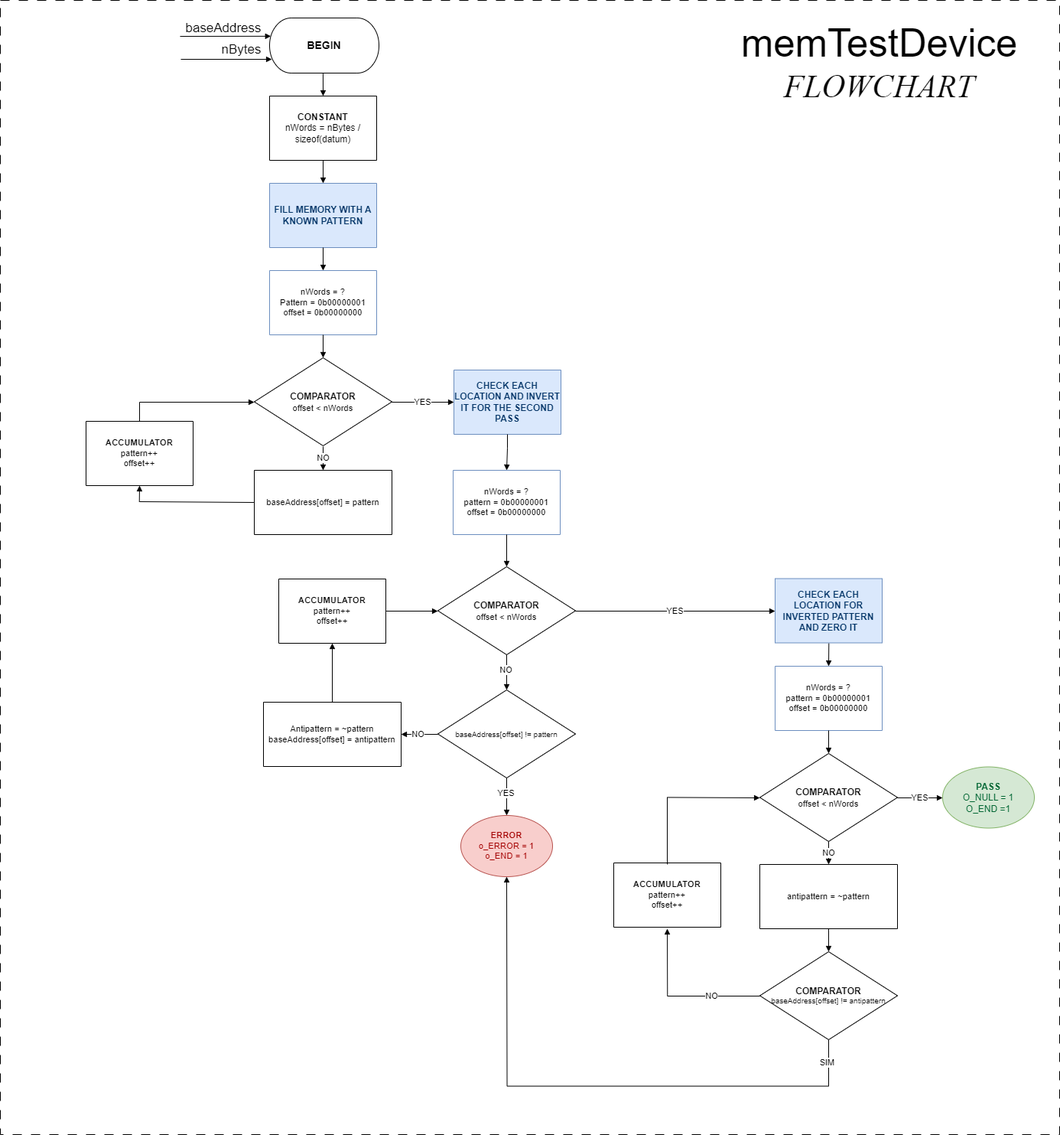
Above: doc/memTestDevice/memTestDevice_flowchart.drawio.png in rebeccaquintino/walker (draw.io), before the change. Source tidied: cells renumbered, new cells last; positions are measured from the earlier drawing's top-left corner, leaving out a move shared by most shapes.
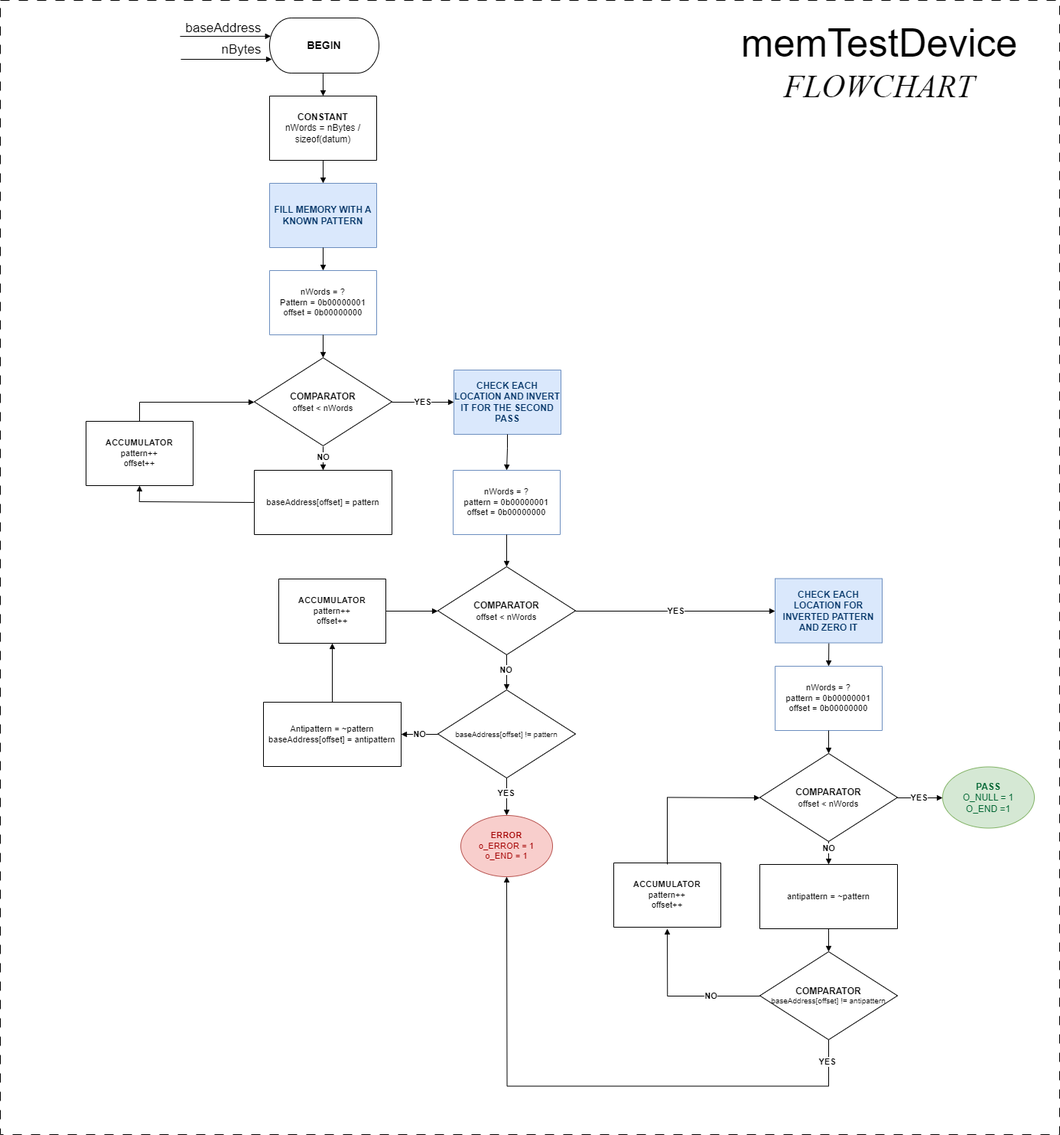
After the commit.

Commit message:
doc:memTestDevice updated memTestDevice flowchart

What changed in the source:
```diff
@@ -70,7 +70,7 @@
     <mxCell id="23" value="&lt;div style=&quot;font-size: 1px&quot;&gt;&lt;font face=&quot;Helvetica&quot; style=&quot;font-size: 50.8px; color: rgb(0, 0, 0); direction: ltr; letter-spacing: 0px; line-height: 120%; opacity: 1;&quot;&gt;memTestDevice&lt;br&gt;&lt;/font&gt;&lt;font face=&quot;fYjTPp8Tq02Cky77-sy-&quot; style=&quot;font-size: 42.33px; color: rgb(0, 0, 0); direction: ltr; letter-spacing: 0px; line-height: 120%; opacity: 1;&quot;&gt;&lt;i&gt;FLOWCHART&lt;br&gt;&lt;/i&gt;&lt;/font&gt;&lt;/div&gt;" style="verticalAlign=middle;align=center;overflow=width;vsdxID=60;fillColor=none;gradientColor=none;shape=(stored shape, 160 characters);strokeColor=none;labelBackgroundColor=none;rounded=0;html=1;whiteSpace=wrap;" parent="1" vertex="1">
       <mxGeometry x="942" y="19" width="415" height="126" as="geometry" />
     </mxCell>
-    <mxCell id="24" value="&lt;div&gt;SIM&lt;/div&gt;" style="vsdxID=30;edgeStyle=none;startArrow=none;endArrow=block;startSize=5;endSize=5;strokeColor=#000000;spacingTop=0;spacingBottom=0;spacingLeft=0;spacingRight=0;verticalAlign=middle;html=1;labelBackgroundColor=#ffffff;rounded=0;align=center;exitX=0.5;exitY=1;exitDx=0;exitDy=0;exitPerimeter=0;entryX=0.5;entryY=1;entryDx=0;entryDy=0;fontFamily=Helvetica;" parent="1" edge="1" source="16" target="49">
+    <mxCell id="24" value="&lt;b&gt;YES&lt;/b&gt;" style="vsdxID=30;edgeStyle=none;startArrow=none;endArrow=block;startSize=5;endSize=5;strokeColor=#000000;spacingTop=0;spacingBottom=0;spacingLeft=0;spacingRight=0;verticalAlign=middle;html=1;labelBackgroundColor=#ffffff;rounded=0;align=center;exitX=0.5;exitY=1;exitDx=0;exitDy=0;exitPerimeter=0;entryX=0.5;entryY=1;entryDx=0;entryDy=0;fontFamily=Helvetica;" parent="1" edge="1" source="16" target="49">
       <mxGeometry x="-0.93" y="-2" relative="1" as="geometry">
         <Array as="points">
           <mxPoint x="1083" y="1418.6" />
@@ -81,13 +81,13 @@
     <mxCell id="25" style="vsdxID=22;edgeStyle=none;startArrow=none;endArrow=block;startSize=5;endSize=5;strokeColor=#000000;spacingTop=0;spacingBottom=0;spacingLeft=0;spacingRight=0;verticalAlign=middle;html=1;labelBackgroundColor=#ffffff;rounded=0;align=center;exitX=0.5;exitY=0;exitDx=0;exitDy=0;exitPerimeter=0;entryX=0.5;entryY=1;entryDx=0;entryDy=0;entryPerimeter=0;fontFamily=Helvetica;" parent="1" edge="1" source="11" target="12">
       <mxGeometry x="0.06" y="3" relative="1" as="geometry" />
     </mxCell>
-    <mxCell id="26" value="&lt;div&gt;YES&lt;/div&gt;" style="vsdxID=20;edgeStyle=none;startArrow=none;endArrow=block;startSize=5;endSize=5;strokeColor=#000000;spacingTop=0;spacingBottom=0;spacingLeft=0;spacingRight=0;verticalAlign=middle;html=1;labelBackgroundColor=#ffffff;rounded=0;align=center;exitX=0.5;exitY=1;exitDx=0;exitDy=0;exitPerimeter=0;entryX=0.5;entryY=0;entryDx=0;entryDy=0;fontFamily=Helvetica;" parent="1" edge="1" source="10" target="49">
+    <mxCell id="26" value="&lt;div&gt;&lt;b&gt;YES&lt;/b&gt;&lt;/div&gt;" style="vsdxID=20;edgeStyle=none;startArrow=none;endArrow=block;startSize=5;endSize=5;strokeColor=#000000;spacingTop=0;spacingBottom=0;spacingLeft=0;spacingRight=0;verticalAlign=middle;html=1;labelBackgroundColor=#ffffff;rounded=0;align=center;exitX=0.5;exitY=1;exitDx=0;exitDy=0;exitPerimeter=0;entryX=0.5;entryY=0;entryDx=0;entryDy=0;fontFamily=Helvetica;" parent="1" edge="1" source="10" target="49">
       <mxGeometry x="-0.15" y="-1" relative="1" as="geometry" />
     </mxCell>
-    <mxCell id="27" value="NO" style="vsdxID=16;edgeStyle=none;startArrow=none;endArrow=block;startSize=5;endSize=5;strokeColor=#000000;spacingTop=0;spacingBottom=0;spacingLeft=0;spacingRight=0;verticalAlign=middle;html=1;labelBackgroundColor=#ffffff;rounded=0;align=center;exitX=0.5;exitY=1;exitDx=0;exitDy=0;exitPerimeter=0;entryX=0.5;entryY=0;entryDx=0;entryDy=0;entryPerimeter=0;fontFamily=Helvetica;" parent="1" edge="1" source="9" target="10">
+    <mxCell id="27" value="&lt;b&gt;NO&lt;/b&gt;" style="vsdxID=16;edgeStyle=none;startArrow=none;endArrow=block;startSize=5;endSize=5;strokeColor=#000000;spacingTop=0;spacingBottom=0;spacingLeft=0;spacingRight=0;verticalAlign=middle;html=1;labelBackgroundColor=#ffffff;rounded=0;align=center;exitX=0.5;exitY=1;exitDx=0;exitDy=0;exitPerimeter=0;entryX=0.5;entryY=0;entryDx=0;entryDy=0;entryPerimeter=0;fontFamily=Helvetica;" parent="1" edge="1" source="9" target="10">
       <mxGeometry x="-0.09" y="-1" relative="1" as="geometry" />
     </mxCell>
-    <mxCell id="28" value="NO" style="vsdxID=32;edgeStyle=none;startArrow=none;endArrow=block;startSize=5;endSize=5;strokeColor=#000000;spacingTop=0;spacingBottom=0;spacingLeft=0;spacingRight=0;verticalAlign=middle;html=1;labelBackgroundColor=#ffffff;rounded=0;align=center;exitX=0;exitY=0.5043478260869565;exitDx=0;exitDy=0;exitPerimeter=0;entryX=0.5;entryY=1;entryDx=0;entryDy=0;entryPerimeter=0;fontFamily=Helvetica;" parent="1" edge="1" source="16">
+    <mxCell id="28" value="&lt;b&gt;NO&lt;/b&gt;" style="vsdxID=32;edgeStyle=none;startArrow=none;endArrow=block;startSize=5;endSize=5;strokeColor=#000000;spacingTop=0;spacingBottom=0;spacingLeft=0;spacingRight=0;verticalAlign=middle;html=1;labelBackgroundColor=#ffffff;rounded=0;align=center;exitX=0;exitY=0.5043478260869565;exitDx=0;exitDy=0;exitPerimeter=0;entryX=0.5;entryY=1;entryDx=0;entryDy=0;entryPerimeter=0;fontFamily=Helvetica;" parent="1" edge="1" source="16">
       <mxGeometry relative="1" as="geometry">
         <mxPoint x="872" y="1213" as="targetPoint" />
         <Array as="points">
@@ -104,8 +104,8 @@
         </Array>
       </mxGeometry>
     </mxCell>
-    <mxCell id="30" value="NO" style="vsdxID=34;edgeStyle=none;startArrow=none;endArrow=block;startSize=5;endSize=5;strokeColor=#000000;spacingTop=0;spacingBottom=0;spacingLeft=0;spacingRight=0;verticalAlign=middle;html=1;labelBackgroundColor=#ffffff;rounded=0;align=center;exitX=0.5;exitY=1;exitDx=0;exitDy=0;exitPerimeter=0;entryX=0.5;entryY=0;entryDx=0;entryDy=0;entryPerimeter=0;fontFamily=Helvetica;" parent="1" edge="1" source="14" target="15">
-      <mxGeometry x="0.13" relative="1" as="geometry" />
+    <mxCell id="30" value="&lt;b&gt;NO&lt;/b&gt;" style="vsdxID=34;edgeStyle=none;startArrow=none;endArrow=block;startSize=5;endSize=5;strokeColor=#000000;spacingTop=0;spacingBottom=0;spacingLeft=0;spacingRight=0;verticalAlign=middle;html=1;labelBackgroundColor=#ffffff;rounded=0;align=center;exitX=0.5;exitY=1;exitDx=0;exitDy=0;exitPerimeter=0;entryX=0.5;entryY=0;entryDx=0;entryDy=0;entryPerimeter=0;fontFamily=Helvetica;" parent="1" edge="1" source="14" target="15">
+      <mxGeometry x="-0.47" relative="1" as="geometry" />
     </mxCell>
     <mxCell id="31" style="vsdxID=35;edgeStyle=none;startArrow=none;endArrow=block;startSize=5;endSize=5;strokeColor=#000000;spacingTop=0;spacingBottom=0;spacingLeft=0;spacingRight=0;verticalAlign=middle;html=1;labelBackgroundColor=#ffffff;rounded=0;exitX=0.5;exitY=1;exitDx=0;exitDy=0;exitPerimeter=0;entryX=0.5;entryY=0;entryDx=0;entryDy=0;entryPerimeter=0;fontFamily=Helvetica;" parent="1" edge="1" source="15" target="16">
       <mxGeometry relative="1" as="geometry">
@@ -158,13 +158,13 @@
         <mxPoint x="10" as="offset" />
       </mxGeometry>
     </mxCell>
-    <mxCell id="41" value="YES" style="vsdxID=59;edgeStyle=none;startArrow=none;endArrow=block;startSize=5;endSize=5;strokeColor=#000000;spacingTop=0;spacingBottom=0;spacingLeft=0;spacingRight=0;verticalAlign=middle;html=1;labelBackgroundColor=#ffffff;rounded=0;align=center;exitX=1;exitY=0.5043478260869565;exitDx=0;exitDy=0;exitPerimeter=0;entryX=0;entryY=0.5;entryDx=0;entryDy=0;entryPerimeter=0;fontFamily=Helvetica;" parent="1" edge="1" source="14">
+    <mxCell id="41" value="&lt;b&gt;YES&lt;/b&gt;" style="vsdxID=59;edgeStyle=none;startArrow=none;endArrow=block;startSize=5;endSize=5;strokeColor=#000000;spacingTop=0;spacingBottom=0;spacingLeft=0;spacingRight=0;verticalAlign=middle;html=1;labelBackgroundColor=#ffffff;rounded=0;align=center;exitX=1;exitY=0.5043478260869565;exitDx=0;exitDy=0;exitPerimeter=0;entryX=0;entryY=0.5;entryDx=0;entryDy=0;entryPerimeter=0;fontFamily=Helvetica;" parent="1" edge="1" source="14">
       <mxGeometry relative="1" as="geometry">
         <mxPoint x="1232" y="1042" as="targetPoint" />
         <mxPoint x="-1" as="offset" />
       </mxGeometry>
     </mxCell>
-    <mxCell id="42" value="YES" style="vsdxID=61;edgeStyle=none;startArrow=none;endArrow=block;startSize=5;endSize=5;strokeColor=#000000;spacingTop=0;spacingBottom=0;spacingLeft=0;spacingRight=0;verticalAlign=middle;html=1;labelBackgroundColor=#ffffff;rounded=0;align=center;exitX=1;exitY=0.5043478260869565;exitDx=0;exitDy=0;exitPerimeter=0;entryX=0;entryY=0.5;entryDx=0;entryDy=0;entryPerimeter=0;fontFamily=Helvetica;" parent="1" edge="1" source="18" target="21">
+    <mxCell id="42" value="&lt;b&gt;YES&lt;/b&gt;" style="vsdxID=61;edgeStyle=none;startArrow=none;endArrow=block;startSize=5;endSize=5;strokeColor=#000000;spacingTop=0;spacingBottom=0;spacingLeft=0;spacingRight=0;verticalAlign=middle;html=1;labelBackgroundColor=#ffffff;rounded=0;align=center;exitX=1;exitY=0.5043478260869565;exitDx=0;exitDy=0;exitPerimeter=0;entryX=0;entryY=0.5;entryDx=0;entryDy=0;entryPerimeter=0;fontFamily=Helvetica;" parent="1" edge="1" source="18" target="21">
       <mxGeometry relative="1" as="geometry" />
     </mxCell>
     <mxCell id="43" style="vsdxID=62;edgeStyle=none;startArrow=none;endArrow=block;startSize=5;endSize=5;strokeColor=#000000;spacingTop=0;spacingBottom=0;spacingLeft=0;spacingRight=0;verticalAlign=middle;html=1;labelBackgroundColor=#ffffff;rounded=0;exitX=0.5;exitY=0;exitDx=0;exitDy=0;exitPerimeter=0;entryX=0;entryY=0.5043478260869565;entryDx=0;entryDy=0;entryPerimeter=0;fontFamily=Helvetica;" parent="1" edge="1" source="22" target="18">
@@ -175,15 +175,15 @@
         <mxPoint x="-1" as="offset" />
       </mxGeometry>
     </mxCell>
-    <mxCell id="44" value="NO" style="vsdxID=63;edgeStyle=none;startArrow=none;endArrow=block;startSize=5;endSize=5;strokeColor=#000000;spacingTop=0;spacingBottom=0;spacingLeft=0;spacingRight=0;verticalAlign=middle;html=1;labelBackgroundColor=#ffffff;rounded=0;align=center;exitX=0.5;exitY=1.008695652173913;exitDx=0;exitDy=0;exitPerimeter=0;entryX=0.5;entryY=0;entryDx=0;entryDy=0;entryPerimeter=0;fontFamily=Helvetica;" parent="1" edge="1" source="18" target="19">
+    <mxCell id="44" value="&lt;b&gt;NO&lt;/b&gt;" style="vsdxID=63;edgeStyle=none;startArrow=none;endArrow=block;startSize=5;endSize=5;strokeColor=#000000;spacingTop=0;spacingBottom=0;spacingLeft=0;spacingRight=0;verticalAlign=middle;html=1;labelBackgroundColor=#ffffff;rounded=0;align=center;exitX=0.5;exitY=1.008695652173913;exitDx=0;exitDy=0;exitPerimeter=0;entryX=0.5;entryY=0;entryDx=0;entryDy=0;entryPerimeter=0;fontFamily=Helvetica;" parent="1" edge="1" source="18" target="19">
       <mxGeometry x="-0.13" relative="1" as="geometry" />
     </mxCell>
-    <mxCell id="45" value="&lt;div&gt;YES&lt;/div&gt;" style="vsdxID=64;edgeStyle=none;startArrow=none;endArrow=block;startSize=5;endSize=5;strokeColor=#000000;spacingTop=0;spacingBottom=0;spacingLeft=0;spacingRight=0;verticalAlign=middle;html=1;labelBackgroundColor=#ffffff;rounded=0;align=center;exitX=1;exitY=0.5043478260869565;exitDx=0;exitDy=0;exitPerimeter=0;entryX=0;entryY=0.5;entryDx=0;entryDy=0;entryPerimeter=0;fontFamily=Helvetica;" parent="1" edge="1" source="9">
+    <mxCell id="45" value="&lt;div&gt;&lt;b&gt;YES&lt;/b&gt;&lt;/div&gt;" style="vsdxID=64;edgeStyle=none;startArrow=none;endArrow=block;startSize=5;endSize=5;strokeColor=#000000;spacingTop=0;spacingBottom=0;spacingLeft=0;spacingRight=0;verticalAlign=middle;html=1;labelBackgroundColor=#ffffff;rounded=0;align=center;exitX=1;exitY=0.5043478260869565;exitDx=0;exitDy=0;exitPerimeter=0;entryX=0;entryY=0.5;entryDx=0;entryDy=0;entryPerimeter=0;fontFamily=Helvetica;" parent="1" edge="1" source="9">
       <mxGeometry relative="1" as="geometry">
         <mxPoint x="1013" y="798" as="targetPoint" />
       </mxGeometry>
     </mxCell>
-    <mxCell id="46" value="NO" style="vsdxID=65;edgeStyle=none;startArrow=none;endArrow=block;startSize=5;endSize=5;strokeColor=#000000;spacingTop=0;spacingBottom=0;spacingLeft=0;spacingRight=0;verticalAlign=middle;html=1;labelBackgroundColor=#ffffff;rounded=0;align=center;exitX=0;exitY=0.5043478260869565;exitDx=0;exitDy=0;exitPerimeter=0;entryX=1;entryY=0.5;entryDx=0;entryDy=0;entryPerimeter=0;fontFamily=Helvetica;" parent="1" edge="1" source="10" target="11">
+    <mxCell id="46" value="&lt;b&gt;NO&lt;/b&gt;" style="vsdxID=65;edgeStyle=none;startArrow=none;endArrow=block;startSize=5;endSize=5;strokeColor=#000000;spacingTop=0;spacingBottom=0;spacingLeft=0;spacingRight=0;verticalAlign=middle;html=1;labelBackgroundColor=#ffffff;rounded=0;align=center;exitX=0;exitY=0.5043478260869565;exitDx=0;exitDy=0;exitPerimeter=0;entryX=1;entryY=0.5;entryDx=0;entryDy=0;entryPerimeter=0;fontFamily=Helvetica;" parent="1" edge="1" source="10" target="11">
       <mxGeometry relative="1" as="geometry">
         <mxPoint x="-1" as="offset" />
       </mxGeometry>
```
